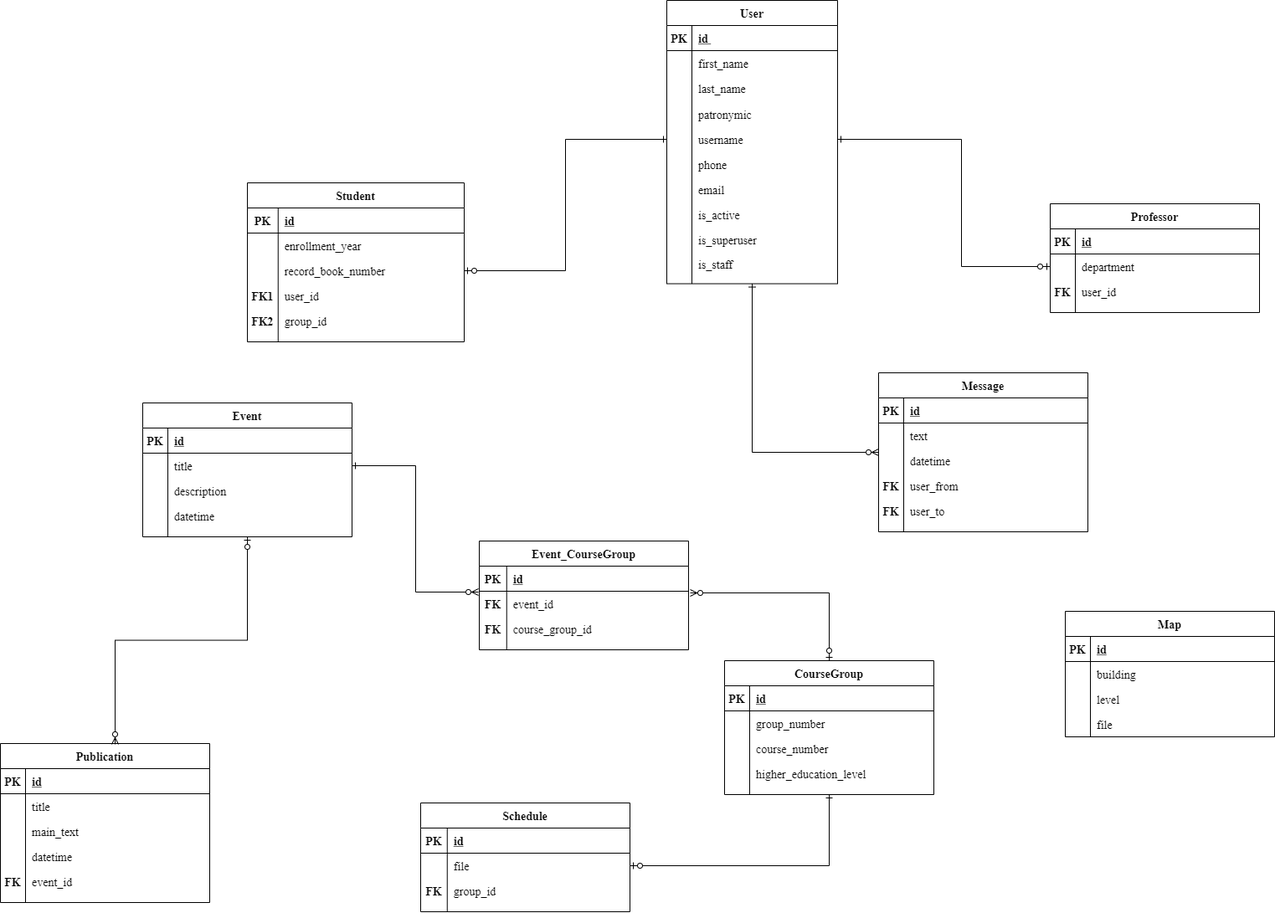
This is diagrams/ER diagram/ER diagram.png from NerdSmith/MyCSF_App, a draw.io export, as it was before one commit. Source tidied: cells renumbered, new cells last; positions are measured from the earlier drawing's top-left corner, leaving out a move shared by most shapes.
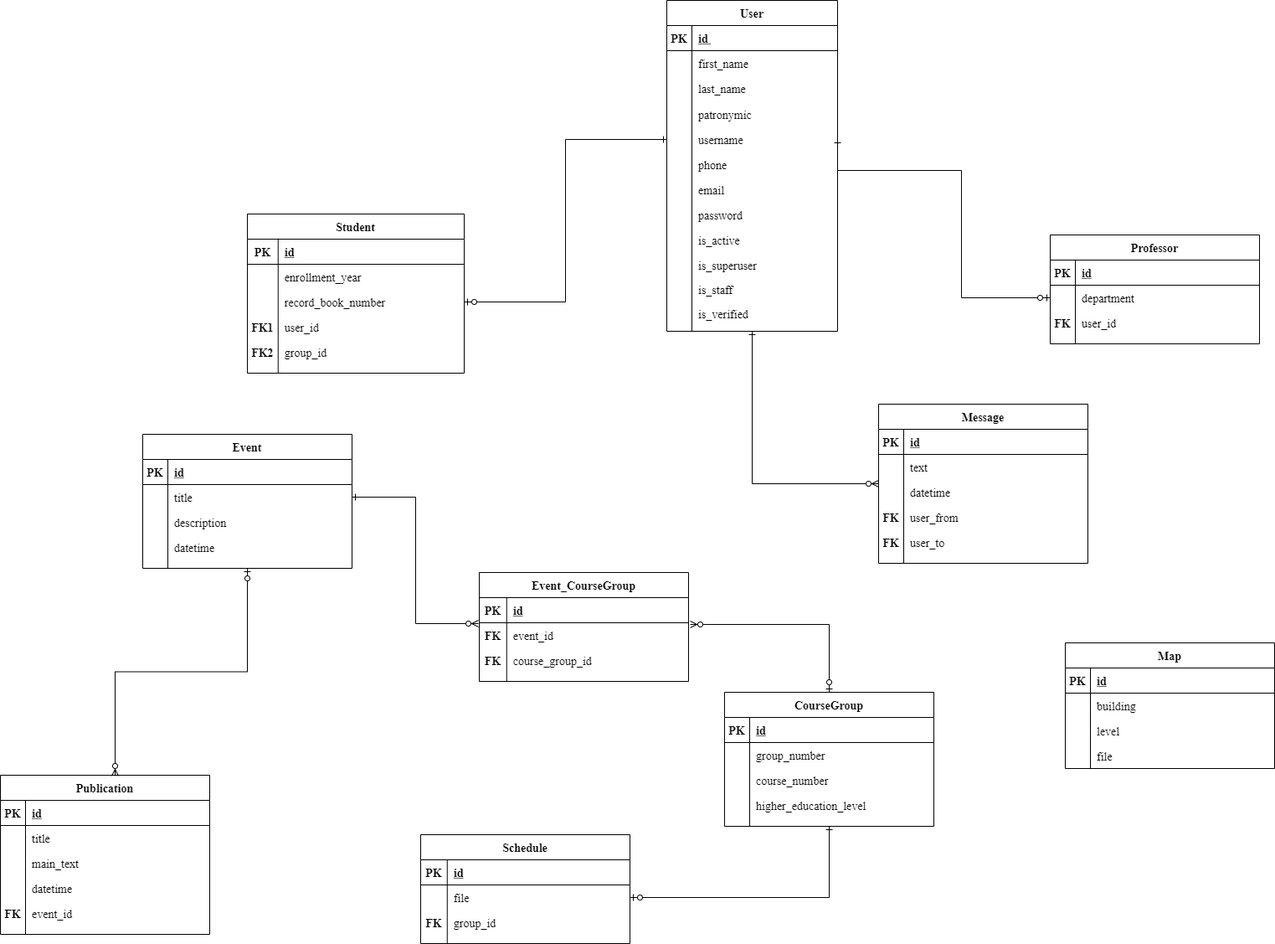
Later version of the same file.

What changed in the source:
```diff
@@ -3,7 +3,7 @@
     <mxCell id="0" />
     <mxCell id="1" parent="0" />
     <mxCell id="2" value="User" style="shape=table;startSize=30;rowLines=0;fontStyle=1;align=center;fontSize=14;fontFamily=Times New Roman;" parent="1" vertex="1">
-      <mxGeometry x="796" width="204" height="338.5" as="geometry" />
+      <mxGeometry x="796" y="-37" width="204" height="395" as="geometry" />
     </mxCell>
     <mxCell id="3" style="shape=partialRectangle;fillColor=none;top=0;left=0;right=0;bottom=1;fontSize=14;fontFamily=Times New Roman;" parent="2" vertex="1">
       <mxGeometry y="30" width="204" height="30" as="geometry" />
@@ -68,8 +68,17 @@
     <mxCell id="23" value="email" style="shape=partialRectangle;overflow=hidden;fillColor=none;top=0;left=0;bottom=0;right=0;align=left;spacingLeft=6;fontSize=14;fontFamily=Times New Roman;" parent="21" vertex="1">
       <mxGeometry x="30" width="174" height="30" as="geometry" />
     </mxCell>
+    <mxCell id="157" style="shape=partialRectangle;fillColor=none;top=0;left=0;right=0;bottom=0;fontSize=14;fontFamily=Times New Roman;" parent="2" vertex="1">
+      <mxGeometry y="241" width="204" height="30" as="geometry" />
+    </mxCell>
+    <mxCell id="158" style="shape=partialRectangle;overflow=hidden;fillColor=none;top=0;left=0;bottom=0;right=0;fontSize=14;fontFamily=Times New Roman;" parent="157" vertex="1">
+      <mxGeometry width="30" height="30" as="geometry" />
+    </mxCell>
+    <mxCell id="159" value="password" style="shape=partialRectangle;overflow=hidden;fillColor=none;top=0;left=0;bottom=0;right=0;align=left;spacingLeft=6;fontSize=14;fontFamily=Times New Roman;" parent="157" vertex="1">
+      <mxGeometry x="30" width="174" height="30" as="geometry" />
+    </mxCell>
     <mxCell id="24" style="shape=partialRectangle;fillColor=none;top=0;left=0;right=0;bottom=0;fontSize=14;fontFamily=Times New Roman;" parent="2" vertex="1">
-      <mxGeometry y="241" width="204" height="30" as="geometry" />
+      <mxGeometry y="271" width="204" height="30" as="geometry" />
     </mxCell>
     <mxCell id="25" style="shape=partialRectangle;overflow=hidden;fillColor=none;top=0;left=0;bottom=0;right=0;fontSize=14;fontFamily=Times New Roman;" parent="24" vertex="1">
       <mxGeometry width="30" height="30" as="geometry" />
@@ -78,7 +87,7 @@
       <mxGeometry x="30" width="174" height="30" as="geometry" />
     </mxCell>
     <mxCell id="27" style="shape=partialRectangle;fillColor=none;top=0;left=0;right=0;bottom=0;fontSize=14;fontFamily=Times New Roman;" parent="2" vertex="1">
-      <mxGeometry y="271" width="204" height="29" as="geometry" />
+      <mxGeometry y="301" width="204" height="29" as="geometry" />
     </mxCell>
     <mxCell id="28" style="shape=partialRectangle;overflow=hidden;fillColor=none;top=0;left=0;bottom=0;right=0;fontSize=14;fontFamily=Times New Roman;" parent="27" vertex="1">
       <mxGeometry width="30" height="29" as="geometry" />
@@ -87,7 +96,7 @@
       <mxGeometry x="30" width="174" height="29" as="geometry" />
     </mxCell>
     <mxCell id="30" style="shape=partialRectangle;fillColor=none;top=0;left=0;right=0;bottom=0;fontSize=14;fontFamily=Times New Roman;" parent="2" vertex="1">
-      <mxGeometry y="300" width="204" height="29" as="geometry" />
+      <mxGeometry y="330" width="204" height="29" as="geometry" />
     </mxCell>
     <mxCell id="31" style="shape=partialRectangle;overflow=hidden;fillColor=none;top=0;left=0;bottom=0;right=0;fontSize=14;fontFamily=Times New Roman;" parent="30" vertex="1">
       <mxGeometry width="30" height="29" as="geometry" />
@@ -95,6 +104,15 @@
     <mxCell id="32" value="is_staff" style="shape=partialRectangle;overflow=hidden;fillColor=none;top=0;left=0;bottom=0;right=0;align=left;spacingLeft=6;fontSize=14;fontFamily=Times New Roman;" parent="30" vertex="1">
       <mxGeometry x="30" width="174" height="29" as="geometry" />
     </mxCell>
+    <mxCell id="160" style="shape=partialRectangle;fillColor=none;top=0;left=0;right=0;bottom=0;fontSize=14;fontFamily=Times New Roman;" parent="2" vertex="1">
+      <mxGeometry y="359" width="204" height="29" as="geometry" />
+    </mxCell>
+    <mxCell id="161" style="shape=partialRectangle;overflow=hidden;fillColor=none;top=0;left=0;bottom=0;right=0;fontSize=14;fontFamily=Times New Roman;" parent="160" vertex="1">
+      <mxGeometry width="30" height="29" as="geometry" />
+    </mxCell>
+    <mxCell id="162" value="is_verified" style="shape=partialRectangle;overflow=hidden;fillColor=none;top=0;left=0;bottom=0;right=0;align=left;spacingLeft=6;fontSize=14;fontFamily=Times New Roman;" parent="160" vertex="1">
+      <mxGeometry x="30" width="174" height="29" as="geometry" />
+    </mxCell>
     <mxCell id="33" value="Student" style="shape=table;startSize=30;rowLines=0;fontStyle=1;align=center;fontSize=14;fontFamily=Times New Roman;" parent="1" vertex="1">
       <mxGeometry x="295" y="218" width="259" height="190" as="geometry" />
     </mxCell>
```
